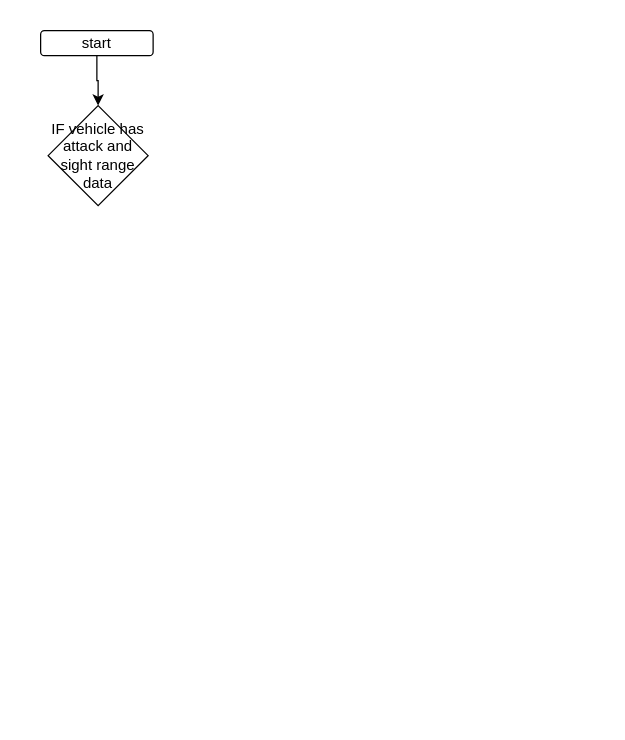
Above: vehicle/identifyTargetAgent.drawio in sivagit/diagrams (draw.io), before the change. Source tidied: cells renumbered, new cells numbered last; positions are measured from the earlier drawing's top-left corner, leaving out a move shared by most shapes. Both pictures are drawn from the tidied source at 125%, with x=0, y=0 at pixel (40, 30).
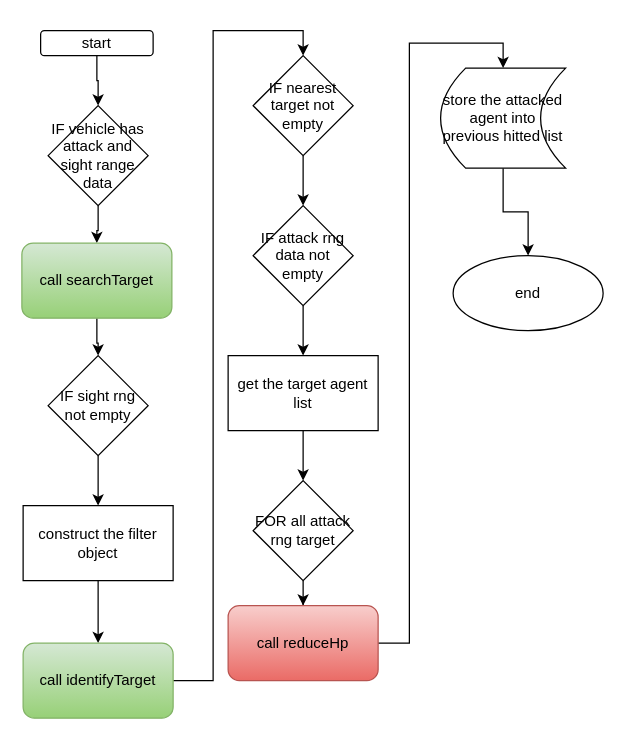
The same diagram, later.

Unchanged cells that the change refers to:
```xml
<mxCell id="4" value="IF vehicle has attack and sight range data" style="rhombus;whiteSpace=wrap;html=1;" parent="1" vertex="1">
  <mxGeometry x="6" y="60" width="80" height="80" as="geometry" />
</mxCell>
```

The edit, as a diff of the source:
```diff
@@
+    <mxCell id="5" style="edgeStyle=orthogonalEdgeStyle;rounded=0;jettySize=auto;html=1;" parent="1" edge="1" source="4" target="7">
+      <mxGeometry relative="1" as="geometry" />
+    </mxCell>
@@
+    <mxCell id="6" style="edgeStyle=orthogonalEdgeStyle;rounded=0;jettySize=auto;html=1;" parent="1" edge="1" source="7" target="9">
+      <mxGeometry relative="1" as="geometry" />
+    </mxCell>
+    <mxCell id="7" value="call&amp;nbsp;searchTarget" style="rounded=1;whiteSpace=wrap;html=1;fillColor=#d5e8d4;gradientColor=#97d077;strokeColor=#82b366;" parent="1" vertex="1">
+      <mxGeometry x="-15" y="170" width="120" height="60" as="geometry" />
+    </mxCell>
+    <mxCell id="8" style="edgeStyle=orthogonalEdgeStyle;rounded=0;jettySize=auto;html=1;" parent="1" edge="1" source="9" target="11">
+      <mxGeometry relative="1" as="geometry" />
+    </mxCell>
+    <mxCell id="9" value="IF sight rng not empty" style="rhombus;whiteSpace=wrap;html=1;" parent="1" vertex="1">
+      <mxGeometry x="6" y="260" width="80" height="80" as="geometry" />
+    </mxCell>
+    <mxCell id="10" style="edgeStyle=orthogonalEdgeStyle;rounded=0;jettySize=auto;html=1;" parent="1" edge="1" source="11" target="13">
+      <mxGeometry relative="1" as="geometry" />
+    </mxCell>
+    <mxCell id="11" value="construct the filter object" style="rounded=0;whiteSpace=wrap;html=1;" parent="1" vertex="1">
+      <mxGeometry x="-14" y="380" width="120" height="60" as="geometry" />
+    </mxCell>
+    <mxCell id="12" style="edgeStyle=orthogonalEdgeStyle;rounded=0;jettySize=auto;html=1;entryX=0.5;entryY=0;entryDx=0;entryDy=0;" parent="1" edge="1" source="13" target="15">
+      <mxGeometry relative="1" as="geometry" />
+    </mxCell>
+    <mxCell id="13" value="call&amp;nbsp;identifyTarget" style="rounded=1;whiteSpace=wrap;html=1;fillColor=#d5e8d4;gradientColor=#97d077;strokeColor=#82b366;" parent="1" vertex="1">
+      <mxGeometry x="-14" y="490" width="120" height="60" as="geometry" />
+    </mxCell>
+    <mxCell id="14" style="edgeStyle=orthogonalEdgeStyle;rounded=0;jettySize=auto;html=1;" parent="1" edge="1" source="15" target="17">
+      <mxGeometry relative="1" as="geometry" />
+    </mxCell>
+    <mxCell id="15" value="IF nearest target not empty" style="rhombus;whiteSpace=wrap;html=1;" parent="1" vertex="1">
+      <mxGeometry x="170" y="20" width="80" height="80" as="geometry" />
+    </mxCell>
+    <mxCell id="16" style="edgeStyle=orthogonalEdgeStyle;rounded=0;jettySize=auto;html=1;" parent="1" edge="1" source="17" target="19">
+      <mxGeometry relative="1" as="geometry" />
+    </mxCell>
+    <mxCell id="17" value="IF attack rng data not empty" style="rhombus;whiteSpace=wrap;html=1;" parent="1" vertex="1">
+      <mxGeometry x="170" y="140" width="80" height="80" as="geometry" />
+    </mxCell>
+    <mxCell id="18" style="edgeStyle=orthogonalEdgeStyle;rounded=0;jettySize=auto;html=1;" parent="1" edge="1" source="19" target="21">
+      <mxGeometry relative="1" as="geometry" />
+    </mxCell>
+    <mxCell id="19" value="get the target agent list" style="whiteSpace=wrap;html=1;" parent="1" vertex="1">
+      <mxGeometry x="150" y="260" width="120" height="60" as="geometry" />
+    </mxCell>
+    <mxCell id="20" style="edgeStyle=orthogonalEdgeStyle;rounded=0;jettySize=auto;html=1;" parent="1" edge="1" source="21" target="23">
+      <mxGeometry relative="1" as="geometry" />
+    </mxCell>
+    <mxCell id="21" value="FOR all attack rng target" style="rhombus;whiteSpace=wrap;html=1;" parent="1" vertex="1">
+      <mxGeometry x="170" y="360" width="80" height="80" as="geometry" />
+    </mxCell>
+    <mxCell id="22" style="edgeStyle=orthogonalEdgeStyle;rounded=0;jettySize=auto;html=1;entryX=0.5;entryY=0;entryDx=0;entryDy=0;" parent="1" edge="1" source="23" target="25">
+      <mxGeometry relative="1" as="geometry" />
+    </mxCell>
+    <mxCell id="23" value="call&amp;nbsp;reduceHp" style="rounded=1;whiteSpace=wrap;html=1;fillColor=#f8cecc;gradientColor=#ea6b66;strokeColor=#b85450;" parent="1" vertex="1">
+      <mxGeometry x="150" y="460" width="120" height="60" as="geometry" />
+    </mxCell>
+    <mxCell id="24" style="edgeStyle=orthogonalEdgeStyle;rounded=0;jettySize=auto;html=1;" parent="1" edge="1" source="25" target="26">
+      <mxGeometry relative="1" as="geometry" />
+    </mxCell>
+    <mxCell id="25" value="store the attacked agent into previous hitted list" style="shape=dataStorage;whiteSpace=wrap;html=1;fixedSize=1;" parent="1" vertex="1">
+      <mxGeometry x="320" y="30" width="100" height="80" as="geometry" />
+    </mxCell>
+    <mxCell id="26" value="end" style="ellipse;whiteSpace=wrap;html=1;" parent="1" vertex="1">
+      <mxGeometry x="330" y="180" width="120" height="60" as="geometry" />
+    </mxCell>
```
